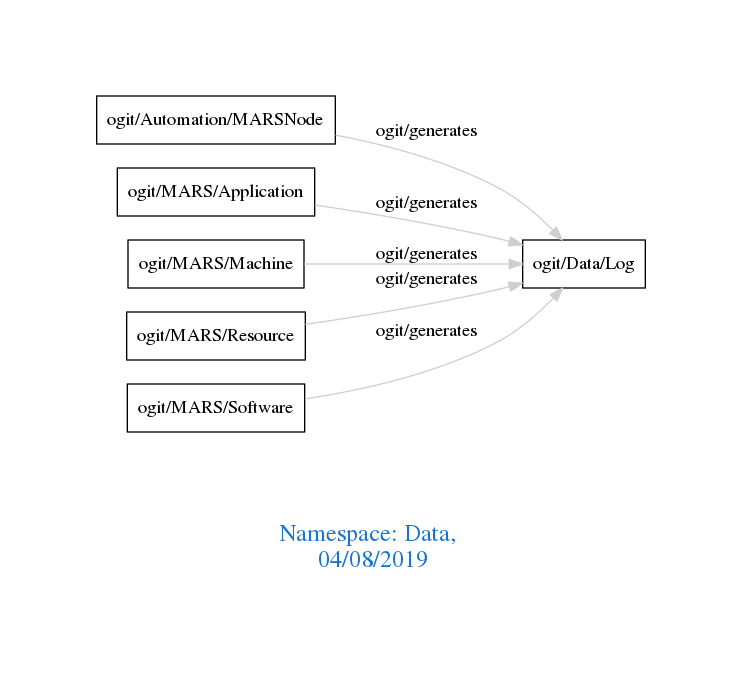
Before: downloads/Data.png, a diagram exported from Graphviz (arago/OGIT). Its source is kept beside it as downloads/Data.dot.
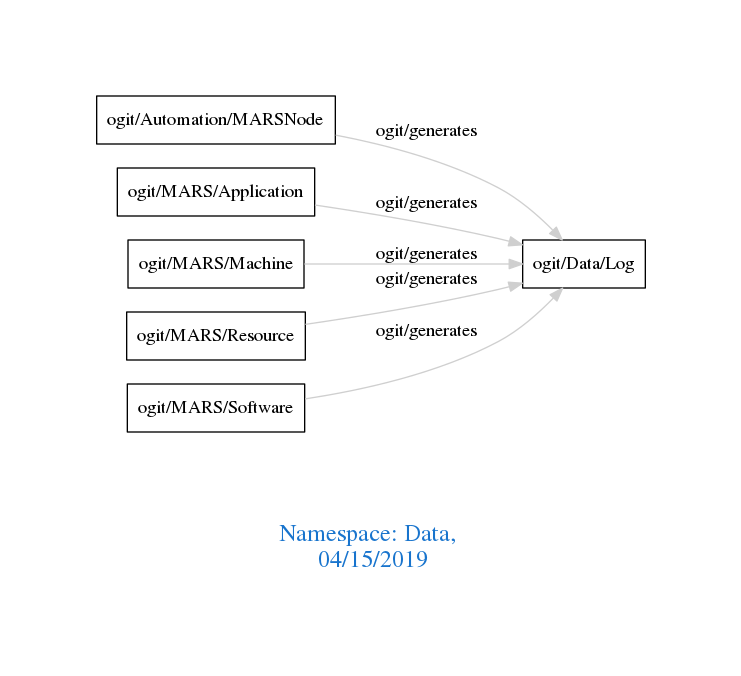
Later version of the same file.

What changed in the source:
```diff
@@ -1,7 +1,7 @@
 digraph OGIT_ontology {
  graph [ rankdir= LR,pad=1
 fontsize = 18,
-fontcolor= dodgerblue3,label = "\n\n\nNamespace: Data, \n 04/08/2019"];
+fontcolor= dodgerblue3,label = "\n\n\nNamespace: Data, \n 04/15/2019"];
 node[shape=polygon];
 edge [  color="gray81"];
 
```
